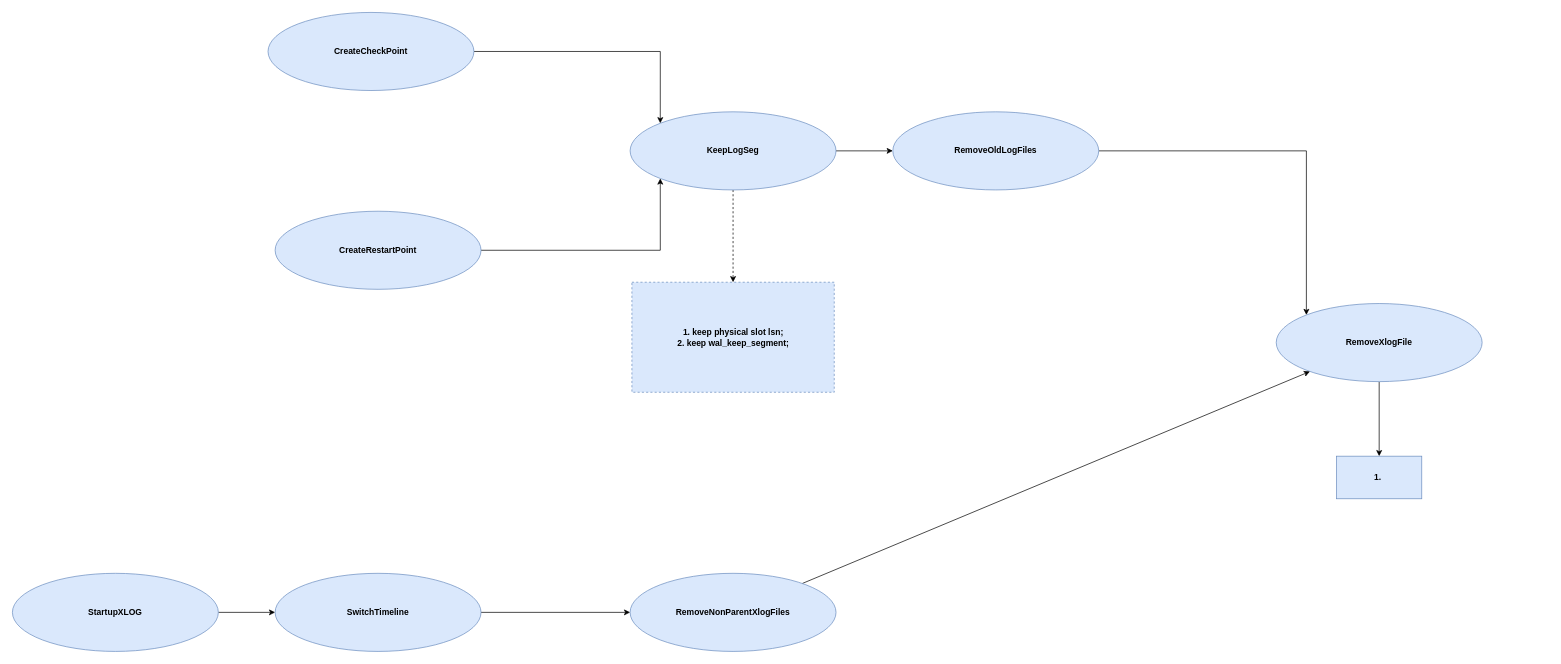
Earlier version of the draw.io diagram page "PostgreSQLRemoveRecycleWAL" (3 of 5) of docs/patroni-trigger-reinitialize-workflow.drawio (xin49/patroni). Source tidied: cells renumbered, new cells numbered last; positions are measured from the earlier drawing's top-left corner, leaving out a move shared by most shapes. Both pictures are drawn from the tidied source at 71%, with x=0, y=0 at pixel (12, 12).
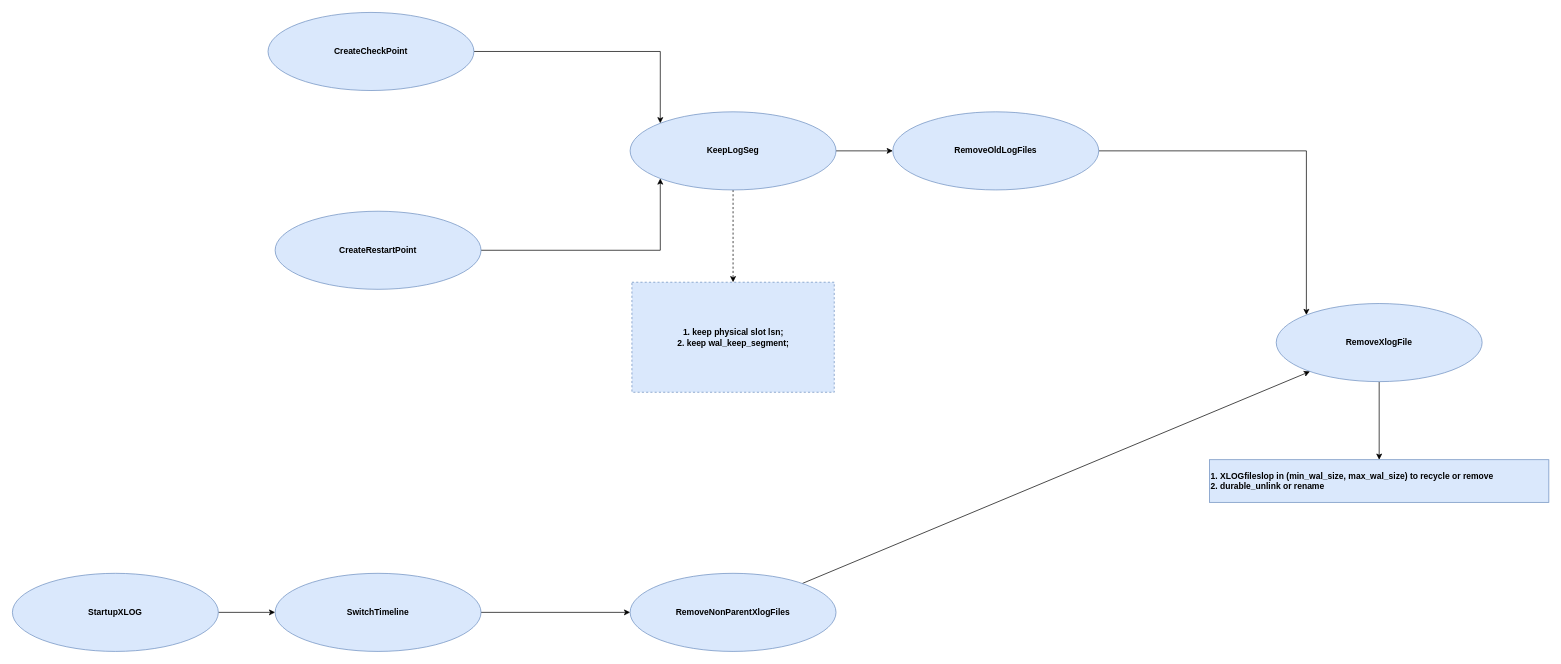
Above is the later version.

The edit, as a diff of the source:
```diff
@@
-    <mxCell id="18" value="1.&amp;nbsp;" style="whiteSpace=wrap;html=1;fillColor=#dae8fc;strokeColor=#6c8ebf;fontStyle=1;" parent="1" vertex="1">
-      <mxGeometry x="1865" y="625" width="120" height="60" as="geometry" />
+    <mxCell id="18" value="&lt;div style=&quot;&quot;&gt;&lt;span style=&quot;background-color: initial;&quot;&gt;1.&amp;nbsp;XLOGfileslop in&amp;nbsp;&lt;/span&gt;&lt;span style=&quot;background-color: initial;&quot;&gt;(min_wal_size, max_wal_size) to recycle or remove&lt;/span&gt;&lt;/div&gt;2.&amp;nbsp;durable_unlink or rename" style="whiteSpace=wrap;html=1;fillColor=#dae8fc;strokeColor=#6c8ebf;fontStyle=1;align=left;" parent="1" vertex="1">
+      <mxGeometry x="1686" y="630" width="478" height="60" as="geometry" />
     </mxCell>
```
